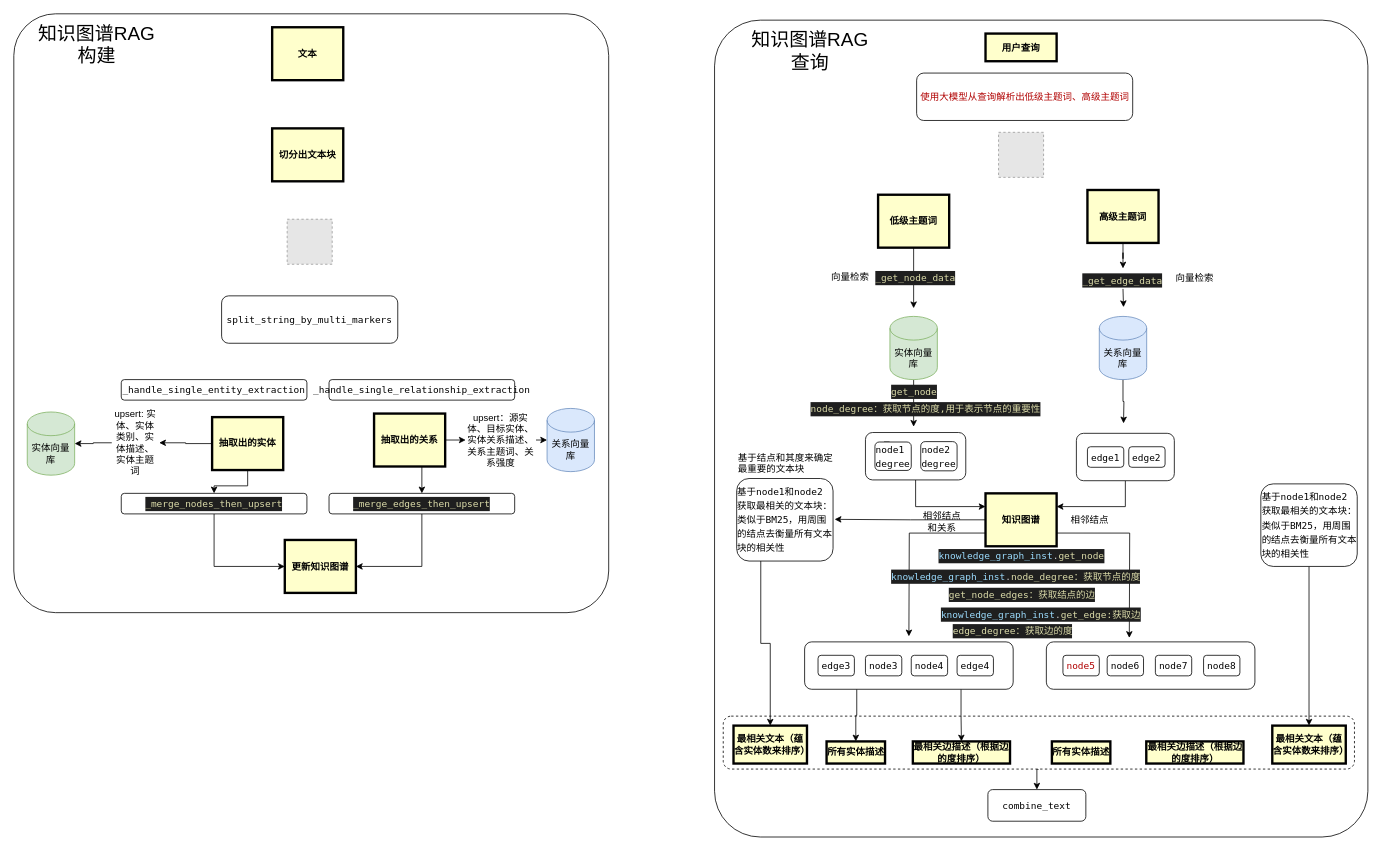
liweizhen111/GIt-GitHub_Note keeps this draw.io diagram as 知识图谱RAG.drawio. Above is the earlier version. Source tidied: cells renumbered, new cells numbered last; positions are measured from the earlier drawing's top-left corner, leaving out a move shared by most shapes. Both pictures are drawn from the tidied source at 79%, with x=0, y=0 at pixel (13, 13). Pictures stored in the file or linked from it are replaced by grey dashed boxes.
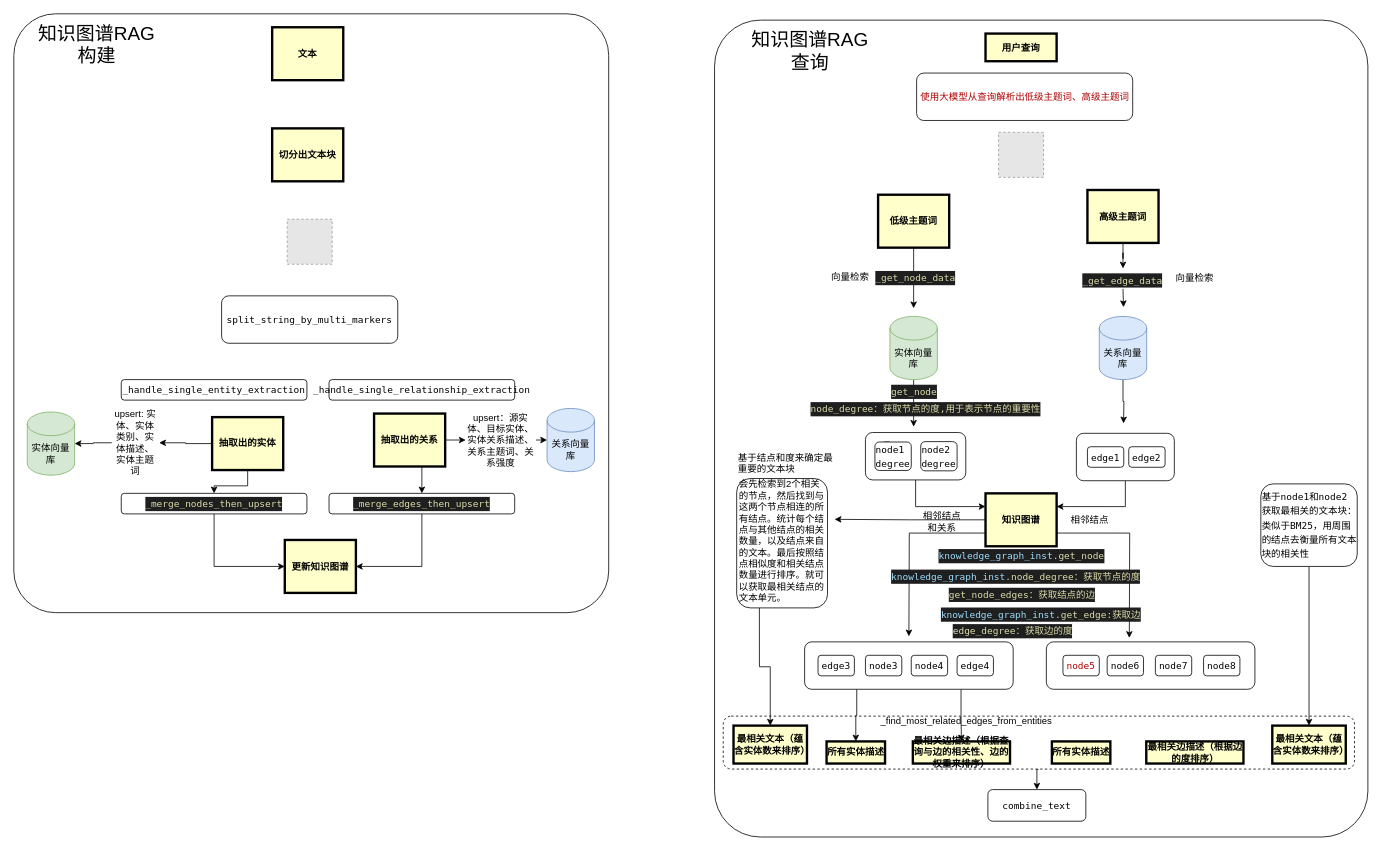
Above is the later version.

Commit message:
更新知识图谱RAG.drawio

Diff of the diagram source:
```diff
@@
-    <mxCell id="79" value="&lt;div style=&quot;text-align: start; font-family: Menlo, Monaco, &amp;quot;Courier New&amp;quot;, monospace; line-height: 18px; white-space: pre;&quot;&gt;基于node1和node2&lt;/div&gt;&lt;div style=&quot;text-align: start; font-family: Menlo, Monaco, &amp;quot;Courier New&amp;quot;, monospace; line-height: 18px; white-space: pre;&quot;&gt;获取最相关的文本块：&lt;/div&gt;&lt;div style=&quot;text-align: start; font-family: Menlo, Monaco, &amp;quot;Courier New&amp;quot;, monospace; line-height: 18px; white-space: pre;&quot;&gt;类似于BM25，用周围&lt;/div&gt;&lt;div style=&quot;text-align: start; font-family: Menlo, Monaco, &amp;quot;Courier New&amp;quot;, monospace; line-height: 18px; white-space: pre;&quot;&gt;的结点去衡量所有文本&lt;/div&gt;&lt;div style=&quot;text-align: start; font-family: Menlo, Monaco, &amp;quot;Courier New&amp;quot;, monospace; line-height: 18px; white-space: pre;&quot;&gt;块的相关性&lt;/div&gt;" style="rounded=1;whiteSpace=wrap;html=1;" parent="1" vertex="1">
-      <mxGeometry x="915" y="588.2" width="122" height="104.5" as="geometry" />
+    <mxCell id="79" value="&lt;div style=&quot;text-align: start; font-family: Menlo, Monaco, &amp;quot;Courier New&amp;quot;, monospace; line-height: 18px; white-space: pre;&quot;&gt;&lt;br&gt;&lt;/div&gt;" style="rounded=1;whiteSpace=wrap;html=1;" parent="1" vertex="1">
+      <mxGeometry x="915" y="588.2" width="115" height="163.8" as="geometry" />
     </mxCell>
@@
-    <mxCell id="82" value="最相关边描述（根据边的度排序）" style="whiteSpace=wrap;align=center;verticalAlign=middle;fontStyle=1;strokeWidth=3;fillColor=#FFFFCC;" parent="1" vertex="1">
+    <mxCell id="82" value="最相关边描述（根据查询与边的相关性、边的权重来排序）" style="whiteSpace=wrap;align=center;verticalAlign=middle;fontStyle=1;strokeWidth=3;fillColor=#FFFFCC;" parent="1" vertex="1">
       <mxGeometry x="1138" y="921" width="123" height="28" as="geometry" />
     </mxCell>
@@
-    <mxCell id="93" value="基于结点和其度来确定最重要的文本块" style="text;whiteSpace=wrap;" parent="1" vertex="1">
+    <mxCell id="93" value="基于结点和度来确定最重要的文本块" style="text;whiteSpace=wrap;" parent="1" vertex="1">
       <mxGeometry x="915" y="547.8" width="124.7" height="24.4" as="geometry" />
     </mxCell>
+    <mxCell id="94" value="会先检索到2个相关的节点，然后找到与这两个节点相连的所有结点。统计每个结点与其他结点的相关数量，以及结点来自的文本。最后按照结点相似度和相关结点数量进行排序。就可以获取最相关结点的文本单元。" style="text;html=1;align=left;verticalAlign=middle;whiteSpace=wrap;rounded=0;" parent="1" vertex="1">
+      <mxGeometry x="915.7" y="630" width="114.3" height="76" as="geometry" />
+    </mxCell>
+    <mxCell id="95" value="_find_most_related_edges_from_entities" style="text;html=1;align=center;verticalAlign=middle;whiteSpace=wrap;rounded=0;" parent="1" vertex="1">
+      <mxGeometry x="1094" y="880" width="224" height="30" as="geometry" />
+    </mxCell>
```
